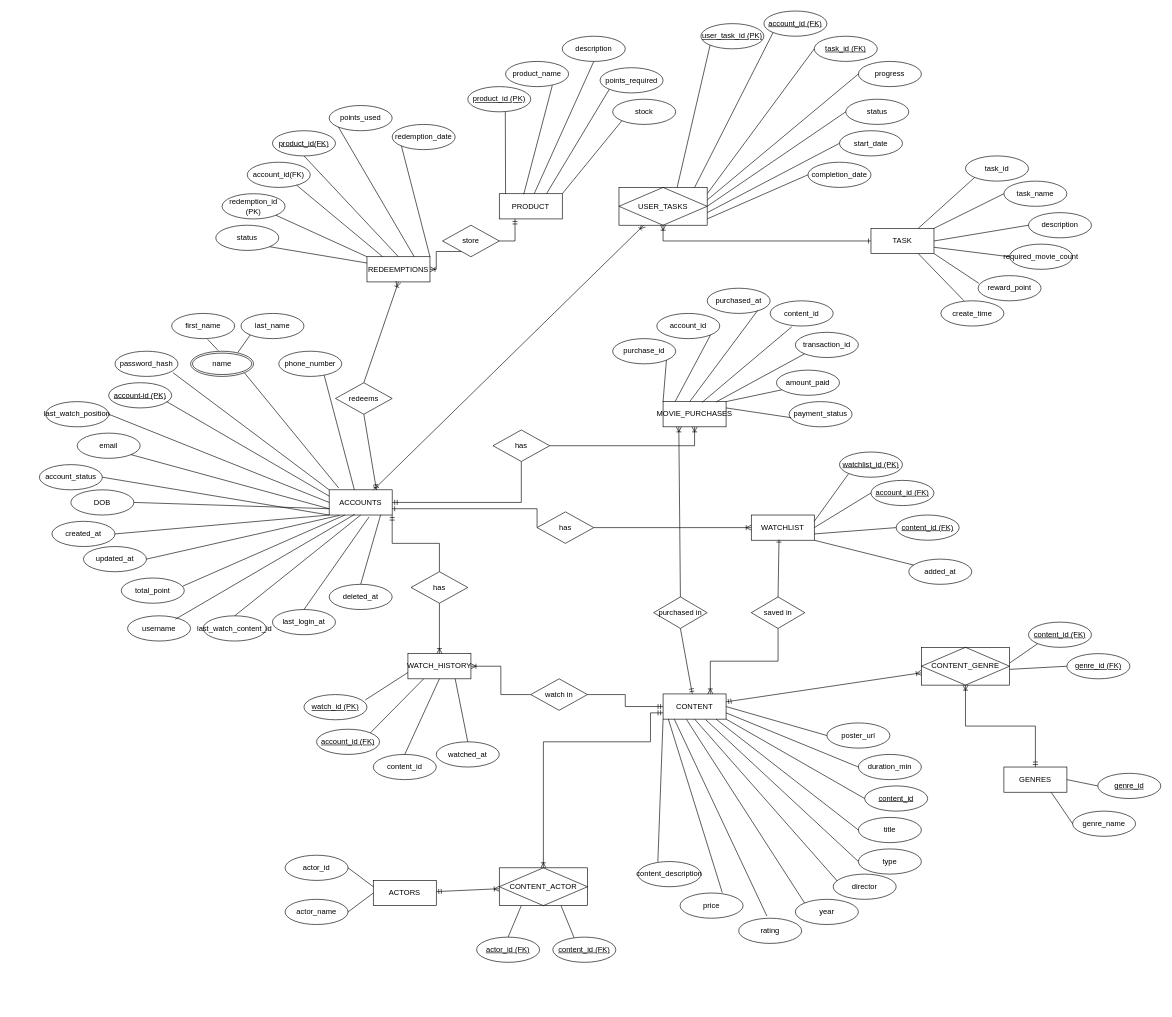
This is Final_Project_Database/naekwatchERD.drawio from borared/Database-Weekly-Assignment-, a draw.io file, before an edit. Source tidied: cells renumbered, new cells numbered last; positions are measured from the earlier drawing's top-left corner, leaving out a move shared by most shapes. Both pictures are drawn from the tidied source at 63%, with x=0, y=0 at pixel (39, 11).
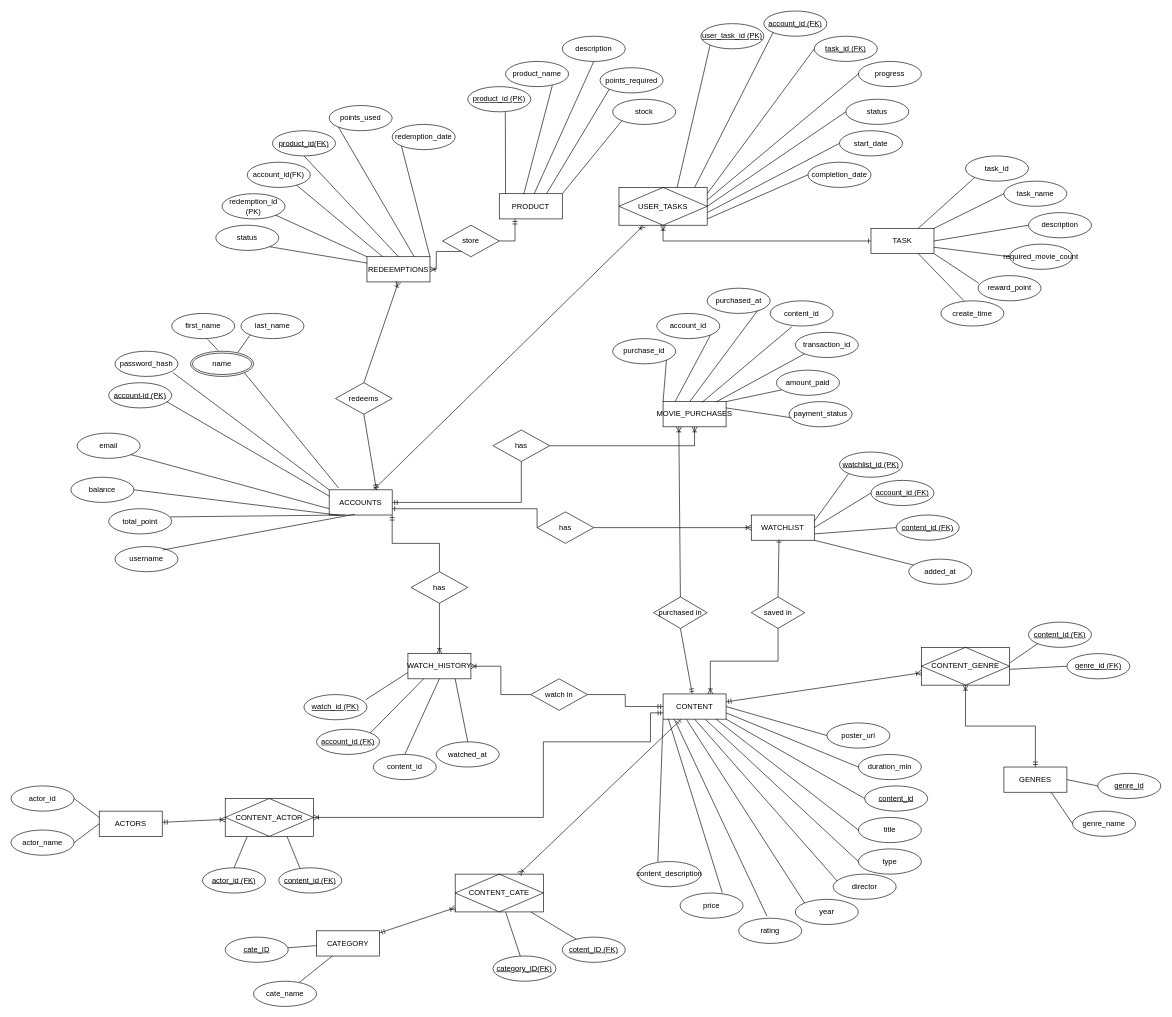
The same page after the edit.

Commit message (it also covers changes not shown here):
Updated Schema and ERD

Unchanged cells that the change refers to:
```xml
<mxCell id="2" value="ACCOUNTS" style="whiteSpace=wrap;html=1;align=center;" parent="1" vertex="1">
  <mxGeometry x="460" y="760" width="100" height="40" as="geometry" />
</mxCell>
<mxCell id="138" value="CONTENT" style="whiteSpace=wrap;html=1;align=center;" parent="1" vertex="1">
  <mxGeometry x="990" y="1084" width="100" height="40" as="geometry" />
</mxCell>
```

Diff of the diagram source:
```diff
@@
     <mxCell id="10" value="username" style="ellipse;whiteSpace=wrap;html=1;align=center;" parent="1" vertex="1">
-      <mxGeometry x="140" y="960" width="100" height="40" as="geometry" />
+      <mxGeometry x="120" y="850" width="100" height="40" as="geometry" />
     </mxCell>
-    <mxCell id="11" value="last_watch_content_id" style="ellipse;whiteSpace=wrap;html=1;align=center;" parent="1" vertex="1">
-      <mxGeometry x="260" y="960" width="100" height="40" as="geometry" />
-    </mxCell>
     <mxCell id="12" value="total_point" style="ellipse;whiteSpace=wrap;html=1;align=center;" parent="1" vertex="1">
-      <mxGeometry x="130" y="900" width="100" height="40" as="geometry" />
+      <mxGeometry x="110" y="790" width="100" height="40" as="geometry" />
     </mxCell>
-    <mxCell id="13" value="DOB" style="ellipse;whiteSpace=wrap;html=1;align=center;" parent="1" vertex="1">
-      <mxGeometry x="50" y="760" width="100" height="40" as="geometry" />
-    </mxCell>
-    <mxCell id="14" value="phone_number" style="ellipse;whiteSpace=wrap;html=1;align=center;" parent="1" vertex="1">
-      <mxGeometry x="380" y="540" width="100" height="40" as="geometry" />
-    </mxCell>
@@
-    <mxCell id="18" value="last_watch_position" style="ellipse;whiteSpace=wrap;html=1;align=center;" parent="1" vertex="1">
-      <mxGeometry x="10" y="620" width="100" height="40" as="geometry" />
-    </mxCell>
-    <mxCell id="19" value="account_status" style="ellipse;whiteSpace=wrap;html=1;align=center;" parent="1" vertex="1">
-      <mxGeometry y="720" width="100" height="40" as="geometry" />
-    </mxCell>
-    <mxCell id="20" value="last_login_at" style="ellipse;whiteSpace=wrap;html=1;align=center;" parent="1" vertex="1">
-      <mxGeometry x="370" y="950" width="100" height="40" as="geometry" />
-    </mxCell>
-    <mxCell id="21" value="created_at" style="ellipse;whiteSpace=wrap;html=1;align=center;" parent="1" vertex="1">
-      <mxGeometry x="20" y="810" width="100" height="40" as="geometry" />
-    </mxCell>
-    <mxCell id="22" value="updated_at" style="ellipse;whiteSpace=wrap;html=1;align=center;" parent="1" vertex="1">
-      <mxGeometry x="70" y="850" width="100" height="40" as="geometry" />
+    <mxCell id="22" value="balance" style="ellipse;whiteSpace=wrap;html=1;align=center;" parent="1" vertex="1">
+      <mxGeometry x="50" y="740" width="100" height="40" as="geometry" />
     </mxCell>
-    <mxCell id="23" value="deleted_at" style="ellipse;whiteSpace=wrap;html=1;align=center;" parent="1" vertex="1">
-      <mxGeometry x="460" y="910" width="100" height="40" as="geometry" />
-    </mxCell>
@@
-    <mxCell id="26" style="endArrow=none;html=1;rounded=0;entryX=0;entryY=1;entryDx=0;entryDy=0;exitX=1;exitY=0.5;exitDx=0;exitDy=0;" parent="1" edge="1" source="19" target="2">
-      <mxGeometry relative="1" as="geometry" />
-    </mxCell>
@@
-    <mxCell id="28" style="endArrow=none;html=1;rounded=0;entryX=0;entryY=0.5;entryDx=0;entryDy=0;exitX=1;exitY=0.5;exitDx=0;exitDy=0;" parent="1" edge="1" source="18" target="2">
-      <mxGeometry relative="1" as="geometry" />
-    </mxCell>
@@
-    <mxCell id="32" style="endArrow=none;html=1;rounded=0;exitX=0.72;exitY=0.95;exitDx=0;exitDy=0;exitPerimeter=0;entryX=0.4;entryY=0;entryDx=0;entryDy=0;entryPerimeter=0;" parent="1" edge="1" source="14" target="2">
-      <mxGeometry relative="1" as="geometry" />
-    </mxCell>
-    <mxCell id="33" style="endArrow=none;html=1;rounded=0;exitX=1;exitY=0.5;exitDx=0;exitDy=0;entryX=0;entryY=0.75;entryDx=0;entryDy=0;" parent="1" edge="1" source="13" target="2">
-      <mxGeometry relative="1" as="geometry" />
-    </mxCell>
-    <mxCell id="34" style="endArrow=none;html=1;rounded=0;exitX=1;exitY=0.5;exitDx=0;exitDy=0;entryX=0;entryY=1;entryDx=0;entryDy=0;" parent="1" edge="1" source="21" target="2">
-      <mxGeometry relative="1" as="geometry" />
-    </mxCell>
@@
-    <mxCell id="38" style="endArrow=none;html=1;rounded=0;exitX=0.5;exitY=0;exitDx=0;exitDy=0;entryX=0.5;entryY=1;entryDx=0;entryDy=0;" parent="1" edge="1" source="11" target="2">
-      <mxGeometry relative="1" as="geometry" />
-    </mxCell>
-    <mxCell id="39" style="endArrow=none;html=1;rounded=0;exitX=0.5;exitY=0;exitDx=0;exitDy=0;entryX=0.633;entryY=1.075;entryDx=0;entryDy=0;entryPerimeter=0;" parent="1" edge="1" source="20" target="2">
-      <mxGeometry relative="1" as="geometry" />
-    </mxCell>
-    <mxCell id="40" style="endArrow=none;html=1;rounded=0;entryX=0.817;entryY=0.992;entryDx=0;entryDy=0;entryPerimeter=0;exitX=0.5;exitY=0;exitDx=0;exitDy=0;" parent="1" edge="1" source="23" target="2">
-      <mxGeometry relative="1" as="geometry" />
-    </mxCell>
@@
     <mxCell id="169" value="&lt;u&gt;actor_id (FK)&lt;/u&gt;" style="ellipse;whiteSpace=wrap;html=1;align=center;" parent="1" vertex="1">
-      <mxGeometry x="694" y="1470" width="100" height="40" as="geometry" />
+      <mxGeometry x="259" y="1360" width="100" height="40" as="geometry" />
     </mxCell>
     <mxCell id="170" value="&lt;u&gt;content_id (FK)&lt;/u&gt;" style="ellipse;whiteSpace=wrap;html=1;align=center;" parent="1" vertex="1">
-      <mxGeometry x="815" y="1470" width="100" height="40" as="geometry" />
+      <mxGeometry x="380" y="1360" width="100" height="40" as="geometry" />
     </mxCell>
     <mxCell id="171" style="endArrow=none;html=1;rounded=0;entryX=0.25;entryY=1;entryDx=0;entryDy=0;exitX=0.5;exitY=0;exitDx=0;exitDy=0;" parent="1" edge="1" source="169">
       <mxGeometry relative="1" as="geometry">
-        <mxPoint x="765" y="1420" as="targetPoint" />
+        <mxPoint x="330" y="1310" as="targetPoint" />
       </mxGeometry>
     </mxCell>
     <mxCell id="172" style="endArrow=none;html=1;rounded=0;entryX=0.88;entryY=1;entryDx=0;entryDy=0;entryPerimeter=0;exitX=0.337;exitY=0.017;exitDx=0;exitDy=0;exitPerimeter=0;" parent="1" edge="1" source="170">
       <mxGeometry relative="1" as="geometry">
-        <mxPoint x="828" y="1420" as="targetPoint" />
+        <mxPoint x="393" y="1310" as="targetPoint" />
       </mxGeometry>
     </mxCell>
     <mxCell id="173" value="ACTORS" style="whiteSpace=wrap;html=1;align=center;" parent="1" vertex="1">
-      <mxGeometry x="530" y="1380" width="100" height="40" as="geometry" />
+      <mxGeometry x="95" y="1270" width="100" height="40" as="geometry" />
     </mxCell>
@@
     <mxCell id="175" value="actor_name" style="ellipse;whiteSpace=wrap;html=1;align=center;" parent="1" vertex="1">
-      <mxGeometry x="390" y="1410" width="100" height="40" as="geometry" />
+      <mxGeometry x="-45" y="1300" width="100" height="40" as="geometry" />
     </mxCell>
     <mxCell id="176" value="actor_id" style="ellipse;whiteSpace=wrap;html=1;align=center;" parent="1" vertex="1">
-      <mxGeometry x="390" y="1340" width="100" height="40" as="geometry" />
+      <mxGeometry x="-45" y="1230" width="100" height="40" as="geometry" />
     </mxCell>
@@
     <mxCell id="190" value="CONTENT_ACTOR" style="shape=associativeEntity;whiteSpace=wrap;html=1;align=center;" parent="1" vertex="1">
-      <mxGeometry x="730" y="1360" width="140" height="60" as="geometry" />
+      <mxGeometry x="295" y="1250" width="140" height="60" as="geometry" />
     </mxCell>
@@
+    <mxCell id="193" value="CONTENT_CATE" style="shape=associativeEntity;whiteSpace=wrap;html=1;align=center;" parent="1" vertex="1">
+      <mxGeometry x="660" y="1370" width="140" height="60" as="geometry" />
+    </mxCell>
+    <mxCell id="194" value="&lt;u&gt;cotent_ID (FK)&lt;/u&gt;" style="ellipse;whiteSpace=wrap;html=1;align=center;" parent="1" vertex="1">
+      <mxGeometry x="830" y="1470" width="100" height="40" as="geometry" />
+    </mxCell>
+    <mxCell id="195" value="&lt;u&gt;category_ID(FK)&lt;/u&gt;" style="ellipse;whiteSpace=wrap;html=1;align=center;" parent="1" vertex="1">
+      <mxGeometry x="720" y="1500" width="100" height="40" as="geometry" />
+    </mxCell>
+    <mxCell id="196" style="endArrow=none;html=1;rounded=0;" parent="1" edge="1" source="193" target="194">
+      <mxGeometry relative="1" as="geometry" />
+    </mxCell>
+    <mxCell id="197" style="endArrow=none;html=1;rounded=0;" parent="1" edge="1" source="193" target="195">
+      <mxGeometry relative="1" as="geometry" />
+    </mxCell>
+    <mxCell id="198" style="endArrow=ERmandOne;html=1;rounded=0;startArrow=ERoneToMany;startFill=0;endFill=0;" parent="1" edge="1" source="193" target="138">
+      <mxGeometry relative="1" as="geometry" />
+    </mxCell>
+    <mxCell id="199" value="CATEGORY" style="whiteSpace=wrap;html=1;align=center;" parent="1" vertex="1">
+      <mxGeometry x="440" y="1460" width="100" height="40" as="geometry" />
+    </mxCell>
+    <mxCell id="200" value="&lt;u&gt;cate_ID&lt;/u&gt;" style="ellipse;whiteSpace=wrap;html=1;align=center;" parent="1" vertex="1">
+      <mxGeometry x="295" y="1470" width="100" height="40" as="geometry" />
+    </mxCell>
+    <mxCell id="201" value="cate_name" style="ellipse;whiteSpace=wrap;html=1;align=center;" parent="1" vertex="1">
+      <mxGeometry x="340" y="1540" width="100" height="40" as="geometry" />
+    </mxCell>
+    <mxCell id="202" style="endArrow=none;html=1;rounded=0;" parent="1" edge="1" source="200" target="199">
+      <mxGeometry relative="1" as="geometry" />
+    </mxCell>
+    <mxCell id="203" style="endArrow=none;html=1;rounded=0;" parent="1" edge="1" source="201" target="199">
+      <mxGeometry relative="1" as="geometry" />
+    </mxCell>
+    <mxCell id="204" style="endArrow=ERoneToMany;html=1;rounded=0;startArrow=ERmandOne;startFill=0;endFill=0;" parent="1" edge="1" source="199" target="193">
+      <mxGeometry relative="1" as="geometry" />
+    </mxCell>
```
